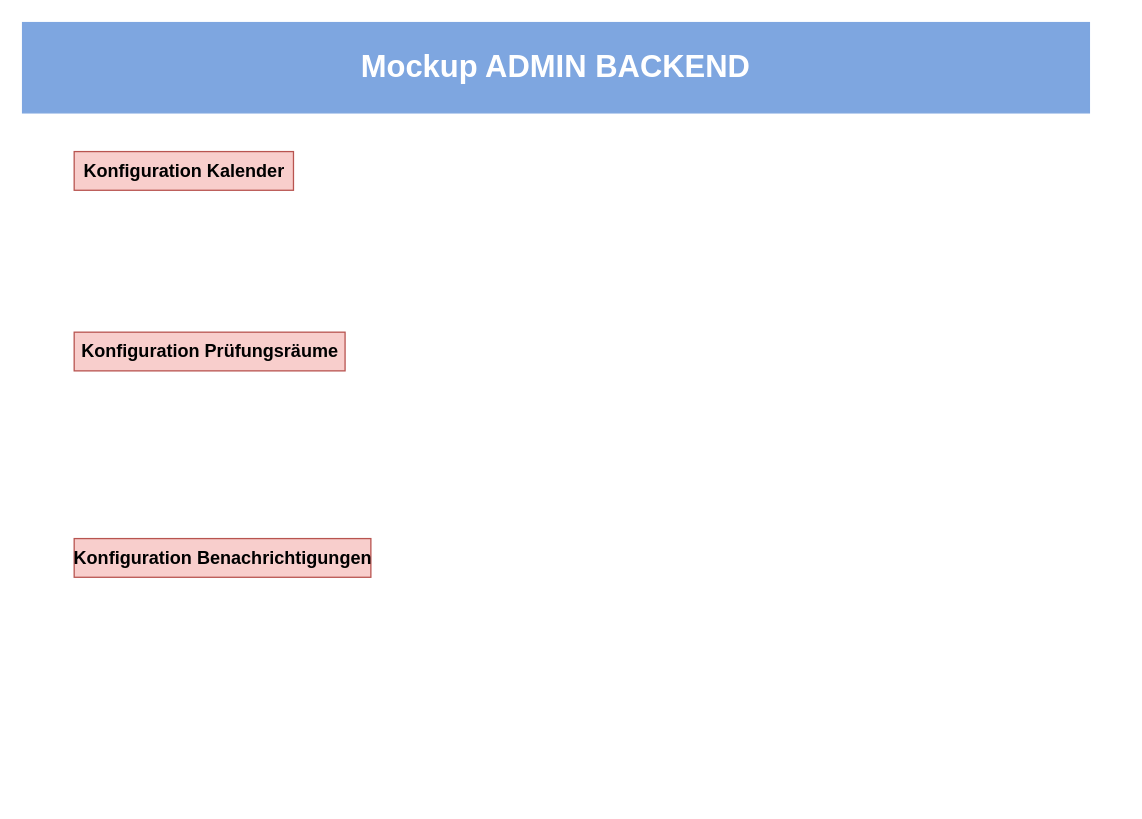
The draw.io diagram page "Adminoberfläche" (2 of 2) of Administrator.drawio in melanietreitinger/buchungstool, before the edit. Source tidied: cells renumbered, new cells numbered last; positions are measured from the earlier drawing's top-left corner, leaving out a move shared by most shapes. Both pictures are drawn from the tidied source at 129%, with x=0, y=0 at pixel (22, 22).
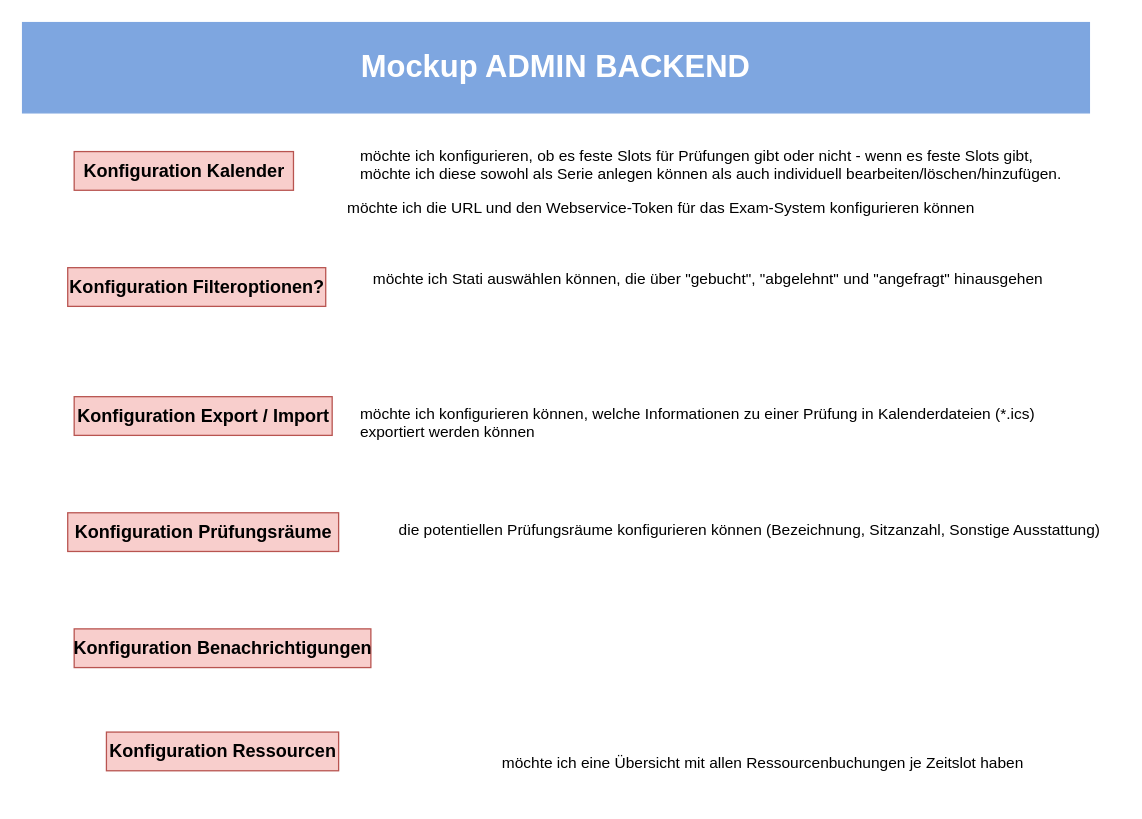
Above is the later version.

The edit, as a diff of the source:
```diff
@@
 <mxGraphModel>
   <root>
     <mxCell id="0" />
     <mxCell id="1" parent="0" />
     <mxCell id="2" value="Konfiguration Prüfungsräume" style="text;html=1;align=center;verticalAlign=middle;strokeColor=#b85450;fillColor=#f8cecc;fontSize=14;fontStyle=1;" parent="1" vertex="1">
-      <mxGeometry x="40" y="240" width="210" height="30" as="geometry" />
+      <mxGeometry x="35" y="380" width="210" height="30" as="geometry" />
     </mxCell>
     <mxCell id="3" value="&lt;font style=&quot;font-size: 24px;&quot; color=&quot;#ffffff&quot;&gt;&lt;b&gt;Mockup ADMIN BACKEND&lt;/b&gt;&lt;/font&gt;" style="rounded=0;whiteSpace=wrap;html=1;fillColor=#7EA6E0;strokeColor=#7EA6E0;" parent="1" vertex="1">
       <mxGeometry width="827" height="70" as="geometry" />
     </mxCell>
     <mxCell id="4" value="Konfiguration Kalender" style="text;html=1;align=center;verticalAlign=middle;strokeColor=#b85450;fillColor=#f8cecc;fontSize=14;fontStyle=1;" parent="1" vertex="1">
       <mxGeometry x="40" y="100" width="170" height="30" as="geometry" />
     </mxCell>
     <mxCell id="5" value="Konfiguration Benachrichtigungen" style="text;html=1;align=center;verticalAlign=middle;strokeColor=#b85450;fillColor=#f8cecc;fontSize=14;fontStyle=1;" parent="1" vertex="1">
-      <mxGeometry x="40" y="400" width="230" height="30" as="geometry" />
+      <mxGeometry x="40" y="470" width="230" height="30" as="geometry" />
     </mxCell>
+    <mxCell id="6" value="Konfiguration Export / Import" style="text;html=1;align=center;verticalAlign=middle;strokeColor=#b85450;fillColor=#f8cecc;fontSize=14;fontStyle=1;" parent="1" vertex="1">
+      <mxGeometry x="40" y="290" width="200" height="30" as="geometry" />
+    </mxCell>
+    <mxCell id="7" value="Konfiguration Filteroptionen?" style="text;html=1;align=center;verticalAlign=middle;strokeColor=#b85450;fillColor=#f8cecc;fontSize=14;fontStyle=1;" parent="1" vertex="1">
+      <mxGeometry x="35" y="190" width="200" height="30" as="geometry" />
+    </mxCell>
+    <mxCell id="8" value="möchte ich konfigurieren können, welche Informationen zu einer Prüfung in Kalenderdateien (*.ics) exportiert werden können" style="text;whiteSpace=wrap;" parent="1" vertex="1">
+      <mxGeometry x="260" y="290" width="560" height="50" as="geometry" />
+    </mxCell>
+    <mxCell id="9" value="möchte ich konfigurieren, ob es feste Slots für Prüfungen gibt oder nicht - wenn es feste Slots gibt, möchte ich diese sowohl als Serie anlegen können als auch individuell bearbeiten/löschen/hinzufügen." style="text;whiteSpace=wrap;" parent="1" vertex="1">
+      <mxGeometry x="260" y="90" width="560" height="70" as="geometry" />
+    </mxCell>
+    <mxCell id="10" value="möchte ich Stati auswählen können, die über &quot;gebucht&quot;, &quot;abgelehnt&quot; und &quot;angefragt&quot; hinausgehen" style="text;whiteSpace=wrap;" parent="1" vertex="1">
+      <mxGeometry x="270" y="185" width="560" height="40" as="geometry" />
+    </mxCell>
+    <mxCell id="11" value="möchte ich die URL und den Webservice-Token für das Exam-System konfigurieren können" style="text;whiteSpace=wrap;" parent="1" vertex="1">
+      <mxGeometry x="250" y="130" width="520" height="40" as="geometry" />
+    </mxCell>
+    <mxCell id="12" value="die potentiellen Prüfungsräume konfigurieren können (Bezeichnung, Sitzanzahl, Sonstige Ausstattung)" style="text;whiteSpace=wrap;" parent="1" vertex="1">
+      <mxGeometry x="290" y="380" width="560" height="50" as="geometry" />
+    </mxCell>
+    <mxCell id="13" value="möchte ich eine Übersicht mit allen Ressourcenbuchungen je Zeitslot haben" style="text;whiteSpace=wrap;" parent="1" vertex="1">
+      <mxGeometry x="370" y="560" width="440" height="40" as="geometry" />
+    </mxCell>
+    <mxCell id="14" value="Konfiguration Ressourcen" style="text;html=1;align=center;verticalAlign=middle;strokeColor=#b85450;fillColor=#f8cecc;fontSize=14;fontStyle=1;" parent="1" vertex="1">
+      <mxGeometry x="65" y="550" width="180" height="30" as="geometry" />
+    </mxCell>
   </root>
 </mxGraphModel>
```
